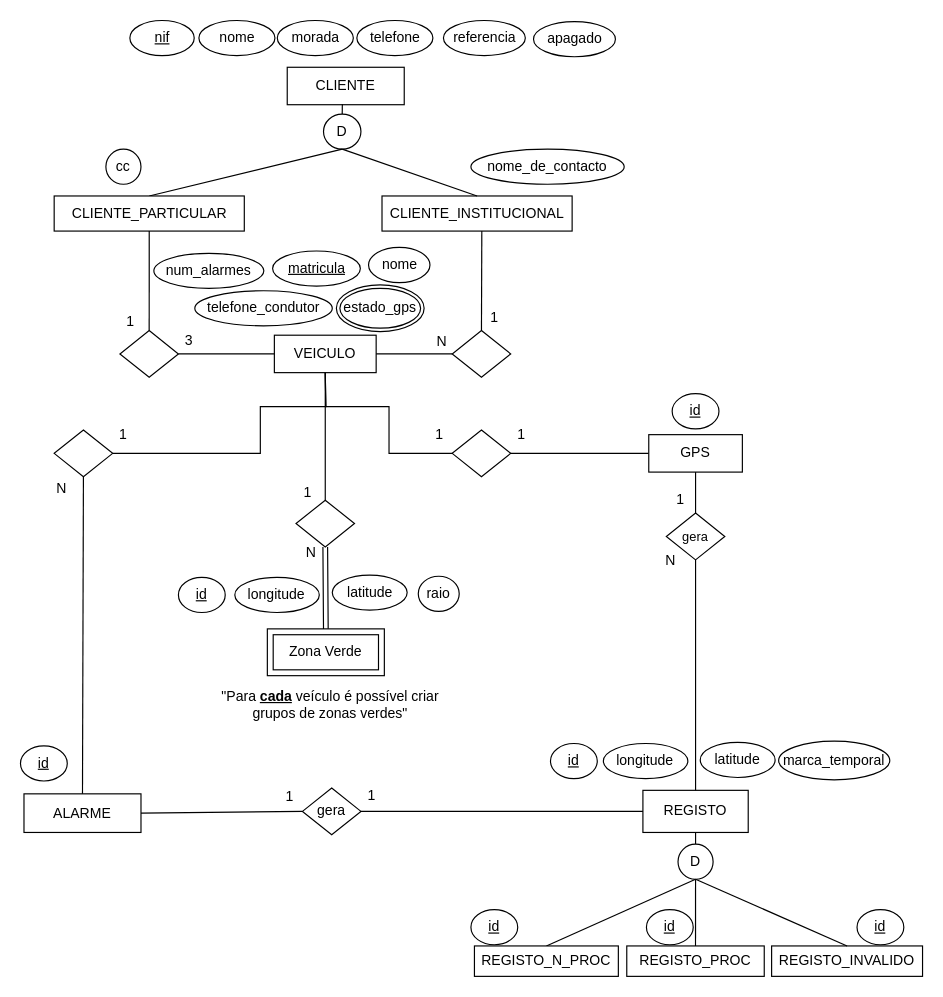
The draw.io diagram SI - T1 Modelo Conceptual.drawio in 48302-DiogoJesus/SI-T1, before the edit. Source tidied: cells renumbered, new cells numbered last; positions are measured from the earlier drawing's top-left corner, leaving out a move shared by most shapes. Both pictures are drawn from the tidied source at 117%, with x=0, y=0 at pixel (20, 20).
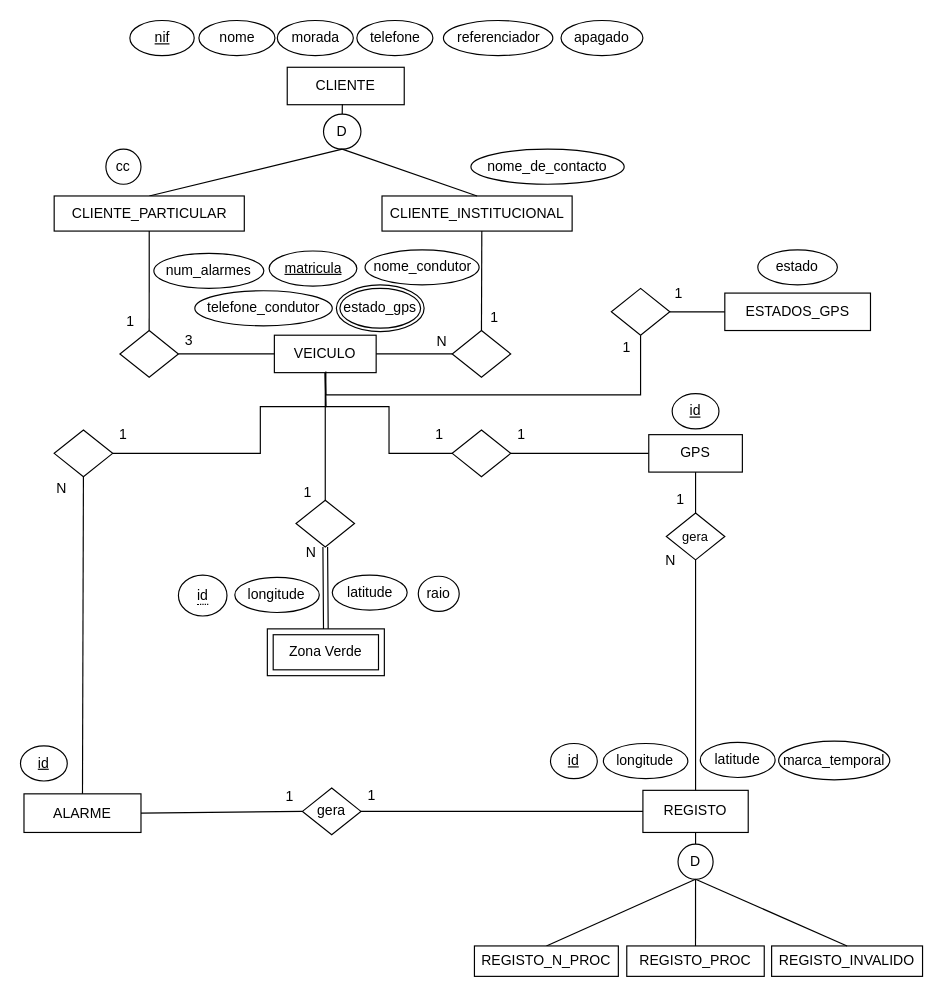
Above is the later version.

Commit message (it also covers changes not shown here):
Criação do relatório e correções nos modelos de dados conceptual e relacional relacionado a falta de chaves estrangeiras/primárias nos clientes e nos registos

What changed in the source:
```diff
@@
-    <mxCell id="14" value="referencia" style="ellipse;whiteSpace=wrap;html=1;align=center;hachureGap=4;" parent="1" vertex="1">
-      <mxGeometry x="361.5" width="70" height="30" as="geometry" />
+    <mxCell id="14" value="referenciador" style="ellipse;whiteSpace=wrap;html=1;align=center;hachureGap=4;" parent="1" vertex="1">
+      <mxGeometry x="361.5" width="93.5" height="30" as="geometry" />
     </mxCell>
@@
     <mxCell id="17" value="matricula" style="ellipse;whiteSpace=wrap;html=1;align=center;fontStyle=4;hachureGap=4;" parent="1" vertex="1">
-      <mxGeometry x="215.5" y="197" width="75" height="30" as="geometry" />
+      <mxGeometry x="212.5" y="197" width="75" height="30" as="geometry" />
     </mxCell>
@@
-    <mxCell id="19" value="nome" style="ellipse;whiteSpace=wrap;html=1;align=center;hachureGap=4;" parent="1" vertex="1">
-      <mxGeometry x="297.5" y="194" width="52.5" height="30" as="geometry" />
+    <mxCell id="19" value="nome_condutor" style="ellipse;whiteSpace=wrap;html=1;align=center;hachureGap=4;" parent="1" vertex="1">
+      <mxGeometry x="294.5" y="196" width="97.5" height="30" as="geometry" />
     </mxCell>
@@
-    <mxCell id="45" value="id" style="ellipse;whiteSpace=wrap;html=1;align=center;fontStyle=4;hachureGap=4;" parent="1" vertex="1">
-      <mxGeometry x="135" y="476" width="40" height="30" as="geometry" />
-    </mxCell>
@@
     <mxCell id="75" value="apagado" style="ellipse;whiteSpace=wrap;html=1;align=center;hachureGap=4;" parent="1" vertex="1">
-      <mxGeometry x="438.5" y="1" width="70" height="30" as="geometry" />
+      <mxGeometry x="462" width="70" height="30" as="geometry" />
     </mxCell>
@@
-    <mxCell id="77" value="id" style="ellipse;whiteSpace=wrap;html=1;align=center;fontStyle=4;hachureGap=4;" parent="1" vertex="1">
-      <mxGeometry x="385" y="760" width="40" height="30" as="geometry" />
-    </mxCell>
-    <mxCell id="78" value="id" style="ellipse;whiteSpace=wrap;html=1;align=center;fontStyle=4;hachureGap=4;" parent="1" vertex="1">
-      <mxGeometry x="535" y="760" width="40" height="30" as="geometry" />
-    </mxCell>
-    <mxCell id="79" value="id" style="ellipse;whiteSpace=wrap;html=1;align=center;fontStyle=4;hachureGap=4;" parent="1" vertex="1">
-      <mxGeometry x="715" y="760" width="40" height="30" as="geometry" />
-    </mxCell>
@@
-    <mxCell id="83" value="&quot;Para &lt;u&gt;&lt;b&gt;cada&lt;/b&gt;&lt;/u&gt; veículo é possível criar grupos de zonas verdes&quot;" style="text;html=1;strokeColor=none;fillColor=none;align=center;verticalAlign=middle;whiteSpace=wrap;rounded=0;hachureGap=4;" parent="1" vertex="1">
-      <mxGeometry x="160" y="570" width="210" height="30" as="geometry" />
-    </mxCell>
+    <mxCell id="84" value="ESTADOS_GPS" style="whiteSpace=wrap;html=1;align=center;hachureGap=4;" parent="1" vertex="1">
+      <mxGeometry x="602" y="233" width="124.5" height="32" as="geometry" />
+    </mxCell>
+    <mxCell id="85" value="estado" style="ellipse;whiteSpace=wrap;html=1;align=center;hachureGap=4;" parent="1" vertex="1">
+      <mxGeometry x="630.2" y="196" width="68" height="30" as="geometry" />
+    </mxCell>
+    <mxCell id="86" style="endArrow=none;html=1;rounded=0;entryX=0.5;entryY=1;entryDx=0;entryDy=0;" parent="1" edge="1" target="87">
+      <mxGeometry relative="1" as="geometry">
+        <mxPoint x="261" y="300" as="sourcePoint" />
+        <Array as="points">
+          <mxPoint x="261" y="320" />
+          <mxPoint x="530" y="320" />
+        </Array>
+      </mxGeometry>
+    </mxCell>
+    <mxCell id="87" style="shape=rhombus;perimeter=rhombusPerimeter;whiteSpace=wrap;html=1;align=center;hachureGap=4;" parent="1" vertex="1">
+      <mxGeometry x="505" y="229" width="50" height="40" as="geometry" />
+    </mxCell>
+    <mxCell id="88" style="endArrow=none;html=1;rounded=0;entryX=1;entryY=0.5;entryDx=0;entryDy=0;" parent="1" edge="1" source="84" target="87">
+      <mxGeometry relative="1" as="geometry" />
+    </mxCell>
+    <mxCell id="89" value="1" style="text;strokeColor=none;fillColor=none;spacingLeft=4;spacingRight=4;overflow=hidden;fontSize=12;" parent="1" vertex="1">
+      <mxGeometry x="509" y="266" width="23" height="30" as="geometry" />
+    </mxCell>
+    <mxCell id="90" value="1" style="text;strokeColor=none;fillColor=none;spacingLeft=4;spacingRight=4;overflow=hidden;fontSize=12;" parent="1" vertex="1">
+      <mxGeometry x="553.5" y="220" width="23" height="30" as="geometry" />
+    </mxCell>
+    <mxCell id="91" value="&lt;span style=&quot;border-bottom: 1px dotted&quot;&gt;id&lt;/span&gt;" style="ellipse;whiteSpace=wrap;html=1;align=center;" parent="1" vertex="1">
+      <mxGeometry x="135" y="474" width="41.5" height="35" as="geometry" />
+    </mxCell>
```
